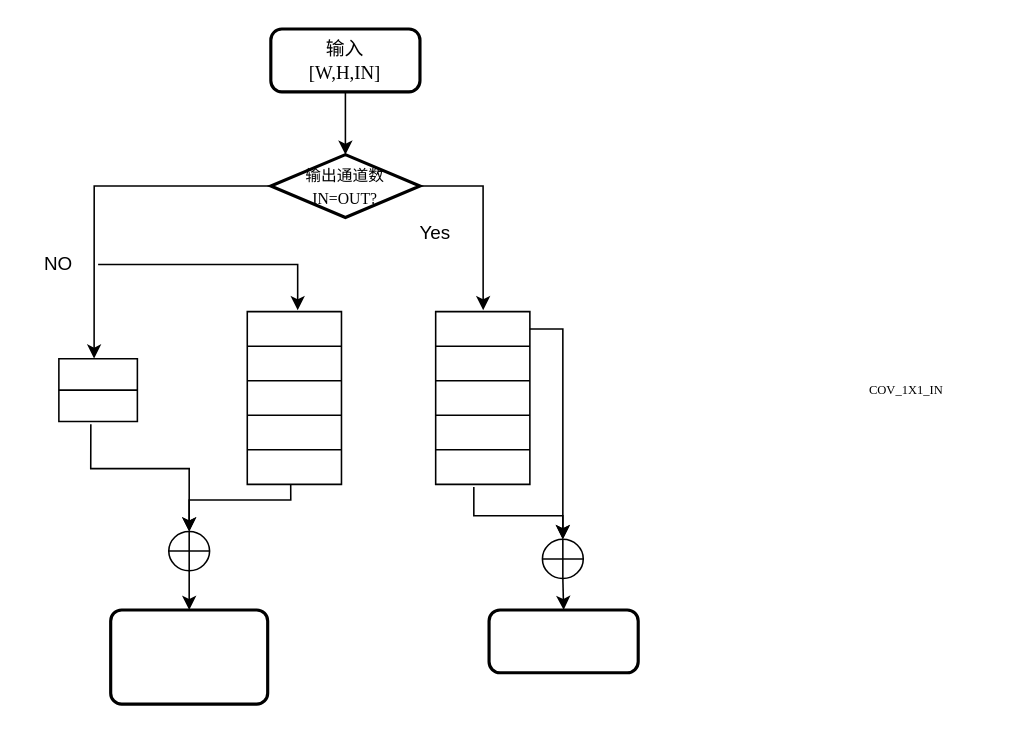
Before: 何.drawio in Noeverer/Mindmap, a draw.io diagram. Source tidied: cells renumbered, new cells numbered last; positions are measured from the earlier drawing's top-left corner, leaving out a move shared by most shapes. Both pictures are drawn from the tidied source at 157%, with x=0, y=0 at pixel (27, 28).
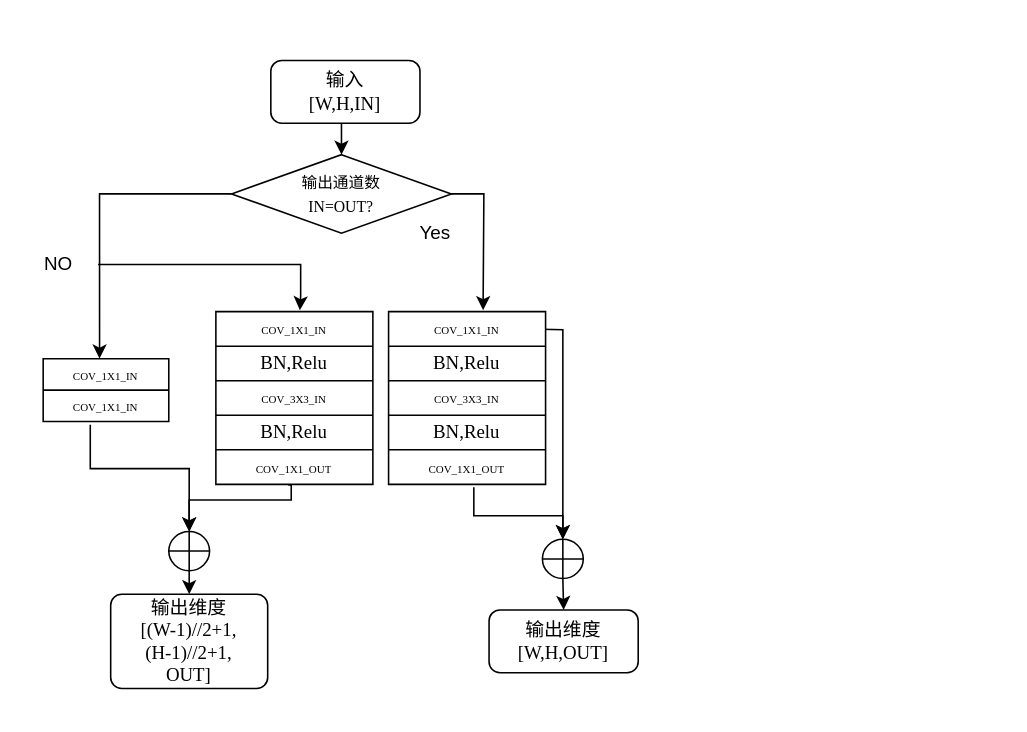
After the change.

The change refers to these unchanged cells:
```xml
<mxCell id="38" style="verticalLabelPosition=bottom;verticalAlign=top;html=1;shape=mxgraph.flowchart.summing_function;" parent="1" vertex="1">
  <mxGeometry x="328" y="325" width="26" height="25" as="geometry" />
</mxCell>
<mxCell id="42" style="verticalLabelPosition=bottom;verticalAlign=top;html=1;shape=mxgraph.flowchart.summing_function;" parent="1" vertex="1">
  <mxGeometry x="90" y="320" width="26" height="25" as="geometry" />
</mxCell>
```

Change to the diagram source:
```diff
@@
-    <mxCell id="3" value="&lt;font face=&quot;Times New Roman&quot;&gt;输入&lt;br&gt;[W,H,IN]&lt;/font&gt;" style="rounded=1;whiteSpace=wrap;html=1;absoluteArcSize=1;arcSize=14;strokeWidth=2;" parent="1" vertex="1">
-      <mxGeometry x="155" width="95" height="40" as="geometry" />
+    <mxCell id="3" value="&lt;font face=&quot;Times New Roman&quot;&gt;输入&lt;br&gt;[W,H,IN]&lt;/font&gt;" style="rounded=1;whiteSpace=wrap;html=1;absoluteArcSize=1;arcSize=14;strokeWidth=1;" parent="1" vertex="1">
+      <mxGeometry x="155" y="20" width="95" height="40" as="geometry" />
     </mxCell>
-    <mxCell id="4" style="edgeStyle=orthogonalEdgeStyle;rounded=0;jettySize=auto;html=1;exitX=1;exitY=0.5;exitDx=0;exitDy=0;exitPerimeter=0;entryX=0.504;entryY=-0.04;entryDx=0;entryDy=0;entryPerimeter=0;" parent="1" edge="1" source="6" target="19">
-      <mxGeometry relative="1" as="geometry" />
+    <mxCell id="4" style="edgeStyle=orthogonalEdgeStyle;rounded=0;jettySize=auto;html=1;exitX=1;exitY=0.5;exitDx=0;exitDy=0;exitPerimeter=0;entryX=0.504;entryY=-0.04;entryDx=0;entryDy=0;entryPerimeter=0;" parent="1" edge="1" source="6">
+      <mxGeometry relative="1" as="geometry">
+        <mxPoint x="290.2" y="179.1" as="targetPoint" />
+      </mxGeometry>
     </mxCell>
@@
-    <mxCell id="6" value="&lt;font style=&quot;font-size: 10px&quot; face=&quot;Times New Roman&quot;&gt;输出通道数&lt;br style=&quot;font-size: 10px&quot;&gt;IN=OUT?&lt;/font&gt;" style="strokeWidth=2;html=1;shape=mxgraph.flowchart.decision;whiteSpace=wrap;" parent="1" vertex="1">
-      <mxGeometry x="155" y="80" width="95" height="40" as="geometry" />
+    <mxCell id="6" value="&lt;font style=&quot;font-size: 10px&quot; face=&quot;Times New Roman&quot;&gt;输出通道数&lt;br style=&quot;font-size: 10px&quot;&gt;IN=OUT?&lt;/font&gt;" style="strokeWidth=1;html=1;shape=mxgraph.flowchart.decision;whiteSpace=wrap;" parent="1" vertex="1">
+      <mxGeometry x="130" y="80" width="140" height="50" as="geometry" />
     </mxCell>
     <mxCell id="7" style="shape=table;html=1;whiteSpace=wrap;startSize=0;childLayout=tableLayout;" parent="1" vertex="1">
-      <mxGeometry x="140" y="180" width="60" height="110" as="geometry" />
+      <mxGeometry x="120" y="180" width="100" height="110" as="geometry" />
     </mxCell>
     <mxCell id="8" style="shape=partialRectangle;html=1;whiteSpace=wrap;fillColor=none;top=0;left=0;bottom=0;right=0;points=[[0,0.5],[1,0.5]];portConstraint=eastwest;" parent="7" vertex="1">
-      <mxGeometry width="60" height="22" as="geometry" />
+      <mxGeometry width="100" height="22" as="geometry" />
     </mxCell>
-    <mxCell id="9" style="shape=partialRectangle;html=1;whiteSpace=wrap;overflow=hidden;fillColor=none;top=0;left=0;bottom=0;right=0;" parent="8" vertex="1">
-      <mxGeometry width="60" height="22" as="geometry" />
+    <mxCell id="9" value="&lt;span style=&quot;font-family: &amp;#34;times new roman&amp;#34; ; font-size: 7px&quot;&gt;COV_1X1_IN&lt;/span&gt;" style="shape=partialRectangle;html=1;whiteSpace=wrap;overflow=hidden;fillColor=none;top=0;left=0;bottom=0;right=0;" parent="8" vertex="1">
+      <mxGeometry width="100" height="22" as="geometry" />
     </mxCell>
     <mxCell id="10" style="shape=partialRectangle;html=1;whiteSpace=wrap;fillColor=none;top=0;left=0;bottom=0;right=0;" parent="7" vertex="1">
-      <mxGeometry y="22" width="60" height="22" as="geometry" />
+      <mxGeometry y="22" width="100" height="22" as="geometry" />
     </mxCell>
-    <mxCell id="11" style="shape=partialRectangle;html=1;whiteSpace=wrap;overflow=hidden;fillColor=none;top=0;left=0;bottom=0;right=0;" parent="10" vertex="1">
-      <mxGeometry width="60" height="22" as="geometry" />
+    <mxCell id="11" value="&lt;font face=&quot;Times New Roman&quot;&gt;BN,Relu&lt;/font&gt;" style="shape=partialRectangle;html=1;whiteSpace=wrap;overflow=hidden;fillColor=none;top=0;left=0;bottom=0;right=0;" parent="10" vertex="1">
+      <mxGeometry width="100" height="22" as="geometry" />
     </mxCell>
     <mxCell id="12" style="shape=partialRectangle;html=1;whiteSpace=wrap;fillColor=none;top=0;left=0;bottom=0;right=0;" parent="7" vertex="1">
-      <mxGeometry y="44" width="60" height="22" as="geometry" />
+      <mxGeometry y="44" width="100" height="22" as="geometry" />
     </mxCell>
-    <mxCell id="13" style="shape=partialRectangle;html=1;whiteSpace=wrap;overflow=hidden;fillColor=none;top=0;left=0;bottom=0;right=0;" parent="12" vertex="1">
-      <mxGeometry width="60" height="22" as="geometry" />
+    <mxCell id="13" value="&lt;span style=&quot;font-family: &amp;#34;times new roman&amp;#34; ; font-size: 7px&quot;&gt;COV_3X3_IN&lt;/span&gt;" style="shape=partialRectangle;html=1;whiteSpace=wrap;overflow=hidden;fillColor=none;top=0;left=0;bottom=0;right=0;" parent="12" vertex="1">
+      <mxGeometry width="100" height="22" as="geometry" />
     </mxCell>
     <mxCell id="14" style="shape=partialRectangle;html=1;whiteSpace=wrap;fillColor=none;top=0;left=0;bottom=0;right=0;" parent="7" vertex="1">
-      <mxGeometry y="66" width="60" height="22" as="geometry" />
+      <mxGeometry y="66" width="100" height="22" as="geometry" />
     </mxCell>
-    <mxCell id="15" style="shape=partialRectangle;html=1;whiteSpace=wrap;overflow=hidden;fillColor=none;top=0;left=0;bottom=0;right=0;" parent="14" vertex="1">
-      <mxGeometry width="60" height="22" as="geometry" />
+    <mxCell id="15" value="&lt;span&gt;&lt;font face=&quot;Times New Roman&quot;&gt;BN,Relu&lt;/font&gt;&lt;/span&gt;" style="shape=partialRectangle;html=1;whiteSpace=wrap;overflow=hidden;fillColor=none;top=0;left=0;bottom=0;right=0;" parent="14" vertex="1">
+      <mxGeometry width="100" height="22" as="geometry" />
     </mxCell>
     <mxCell id="16" style="shape=partialRectangle;html=1;whiteSpace=wrap;fillColor=none;top=0;left=0;bottom=0;right=0;points=[[0,0.5],[1,0.5]];portConstraint=eastwest;" parent="7" vertex="1">
-      <mxGeometry y="88" width="60" height="22" as="geometry" />
+      <mxGeometry y="88" width="100" height="22" as="geometry" />
     </mxCell>
-    <mxCell id="17" style="shape=partialRectangle;html=1;whiteSpace=wrap;overflow=hidden;fillColor=none;top=0;left=0;bottom=0;right=0;" parent="16" vertex="1">
-      <mxGeometry width="60" height="22" as="geometry" />
+    <mxCell id="17" value="&lt;span style=&quot;font-family: &amp;#34;times new roman&amp;#34; ; font-size: 7px&quot;&gt;COV_1X1_OUT&lt;/span&gt;" style="shape=partialRectangle;html=1;whiteSpace=wrap;overflow=hidden;fillColor=none;top=0;left=0;bottom=0;right=0;" parent="16" vertex="1">
+      <mxGeometry width="100" height="22" as="geometry" />
     </mxCell>
-    <mxCell id="18" style="shape=table;html=1;whiteSpace=wrap;startSize=0;childLayout=tableLayout;" parent="1" vertex="1">
-      <mxGeometry x="260" y="180" width="60" height="110" as="geometry" />
-    </mxCell>
-    <mxCell id="19" style="shape=partialRectangle;html=1;whiteSpace=wrap;fillColor=none;top=0;left=0;bottom=0;right=0;points=[[0,0.5],[1,0.5]];portConstraint=eastwest;" parent="18" vertex="1">
-      <mxGeometry width="60" height="22" as="geometry" />
-    </mxCell>
-    <mxCell id="20" style="shape=partialRectangle;html=1;whiteSpace=wrap;overflow=hidden;fillColor=none;top=0;left=0;bottom=0;right=0;" parent="19" vertex="1">
-      <mxGeometry width="60" height="22" as="geometry" />
-    </mxCell>
-    <mxCell id="21" style="shape=partialRectangle;html=1;whiteSpace=wrap;fillColor=none;top=0;left=0;bottom=0;right=0;" parent="18" vertex="1">
-      <mxGeometry y="22" width="60" height="22" as="geometry" />
-    </mxCell>
-    <mxCell id="22" style="shape=partialRectangle;html=1;whiteSpace=wrap;overflow=hidden;fillColor=none;top=0;left=0;bottom=0;right=0;" parent="21" vertex="1">
-      <mxGeometry width="60" height="22" as="geometry" />
-    </mxCell>
-    <mxCell id="23" style="shape=partialRectangle;html=1;whiteSpace=wrap;fillColor=none;top=0;left=0;bottom=0;right=0;" parent="18" vertex="1">
-      <mxGeometry y="44" width="60" height="22" as="geometry" />
-    </mxCell>
-    <mxCell id="24" style="shape=partialRectangle;html=1;whiteSpace=wrap;overflow=hidden;fillColor=none;top=0;left=0;bottom=0;right=0;" parent="23" vertex="1">
-      <mxGeometry width="60" height="22" as="geometry" />
-    </mxCell>
-    <mxCell id="25" style="shape=partialRectangle;html=1;whiteSpace=wrap;fillColor=none;top=0;left=0;bottom=0;right=0;" parent="18" vertex="1">
-      <mxGeometry y="66" width="60" height="22" as="geometry" />
-    </mxCell>
-    <mxCell id="26" style="shape=partialRectangle;html=1;whiteSpace=wrap;overflow=hidden;fillColor=none;top=0;left=0;bottom=0;right=0;" parent="25" vertex="1">
-      <mxGeometry width="60" height="22" as="geometry" />
-    </mxCell>
-    <mxCell id="27" style="shape=partialRectangle;html=1;whiteSpace=wrap;fillColor=none;top=0;left=0;bottom=0;right=0;points=[[0,0.5],[1,0.5]];portConstraint=eastwest;" parent="18" vertex="1">
-      <mxGeometry y="88" width="60" height="22" as="geometry" />
-    </mxCell>
-    <mxCell id="28" style="shape=partialRectangle;html=1;whiteSpace=wrap;overflow=hidden;fillColor=none;top=0;left=0;bottom=0;right=0;" parent="27" vertex="1">
-      <mxGeometry width="60" height="22" as="geometry" />
-    </mxCell>
     <mxCell id="29" style="shape=table;html=1;whiteSpace=wrap;startSize=0;childLayout=tableLayout;" parent="1" vertex="1">
-      <mxGeometry x="20" y="210" width="50" height="40" as="geometry" />
+      <mxGeometry x="10" y="210" width="80" height="40" as="geometry" />
     </mxCell>
     <mxCell id="30" style="shape=partialRectangle;html=1;whiteSpace=wrap;fillColor=none;top=0;left=0;bottom=0;right=0;points=[[0,0.5],[1,0.5]];portConstraint=eastwest;" parent="29" vertex="1">
-      <mxGeometry width="50" height="20" as="geometry" />
+      <mxGeometry width="80" height="20" as="geometry" />
     </mxCell>
-    <mxCell id="31" style="shape=partialRectangle;html=1;whiteSpace=wrap;overflow=hidden;fillColor=none;top=0;left=0;bottom=0;right=0;" parent="30" vertex="1">
-      <mxGeometry width="50" height="20" as="geometry" />
+    <mxCell id="31" value="&lt;span style=&quot;font-family: &amp;#34;times new roman&amp;#34; ; font-size: 7px&quot;&gt;COV_1X1_IN&lt;/span&gt;" style="shape=partialRectangle;html=1;whiteSpace=wrap;overflow=hidden;fillColor=none;top=0;left=0;bottom=0;right=0;" parent="30" vertex="1">
+      <mxGeometry width="80" height="20" as="geometry" />
     </mxCell>
     <mxCell id="32" style="shape=partialRectangle;html=1;whiteSpace=wrap;fillColor=none;top=0;left=0;bottom=0;right=0;points=[[0,0.5],[1,0.5]];portConstraint=eastwest;" parent="29" vertex="1">
-      <mxGeometry y="20" width="50" height="20" as="geometry" />
+      <mxGeometry y="20" width="80" height="20" as="geometry" />
     </mxCell>
-    <mxCell id="33" style="shape=partialRectangle;html=1;whiteSpace=wrap;overflow=hidden;fillColor=none;top=0;left=0;bottom=0;right=0;" parent="32" vertex="1">
-      <mxGeometry width="50" height="20" as="geometry" />
+    <mxCell id="33" value="&lt;span style=&quot;font-family: &amp;#34;times new roman&amp;#34; ; font-size: 7px&quot;&gt;COV_1X1_IN&lt;/span&gt;" style="shape=partialRectangle;html=1;whiteSpace=wrap;overflow=hidden;fillColor=none;top=0;left=0;bottom=0;right=0;" parent="32" vertex="1">
+      <mxGeometry width="80" height="20" as="geometry" />
     </mxCell>
-    <mxCell id="34" style="rounded=1;whiteSpace=wrap;html=1;absoluteArcSize=1;arcSize=14;strokeWidth=2;" parent="1" vertex="1">
-      <mxGeometry x="53" y="370" width="100" height="60" as="geometry" />
+    <mxCell id="34" value="&lt;font face=&quot;Times New Roman&quot;&gt;输出维度&lt;br&gt;[(W-1)//2+1,&lt;br&gt;(H-1)//2+1,&lt;br&gt;OUT]&lt;/font&gt;" style="rounded=1;whiteSpace=wrap;html=1;absoluteArcSize=1;arcSize=14;strokeWidth=1;" parent="1" vertex="1">
+      <mxGeometry x="53" y="360" width="100" height="60" as="geometry" />
     </mxCell>
-    <mxCell id="35" style="rounded=1;whiteSpace=wrap;html=1;absoluteArcSize=1;arcSize=14;strokeWidth=2;" parent="1" vertex="1">
+    <mxCell id="35" value="&lt;font face=&quot;Times New Roman&quot;&gt;输出维度&lt;br&gt;[W,H,OUT]&lt;/font&gt;" style="rounded=1;whiteSpace=wrap;html=1;absoluteArcSize=1;arcSize=14;strokeWidth=1;" parent="1" vertex="1">
       <mxGeometry x="294" y="370" width="95" height="40" as="geometry" />
     </mxCell>
     <mxCell id="36" style="edgeStyle=orthogonalEdgeStyle;rounded=0;jettySize=auto;html=1;entryX=0.535;entryY=-0.04;entryDx=0;entryDy=0;entryPerimeter=0;" parent="1" edge="1" target="8">
       <mxGeometry relative="1" as="geometry">
         <mxPoint x="45" y="150" as="sourcePoint" />
         <Array as="points">
-          <mxPoint x="45" y="150" />
-          <mxPoint x="172" y="150" />
+          <mxPoint x="174" y="150" />
+          <mxPoint x="174" y="170" />
         </Array>
       </mxGeometry>
     </mxCell>
@@
-    <mxCell id="39" style="edgeStyle=orthogonalEdgeStyle;rounded=0;jettySize=auto;html=1;exitX=1;exitY=0.5;exitDx=0;exitDy=0;entryX=0.5;entryY=0;entryDx=0;entryDy=0;entryPerimeter=0;" parent="1" edge="1" source="19" target="38">
-      <mxGeometry relative="1" as="geometry" />
+    <mxCell id="39" style="edgeStyle=orthogonalEdgeStyle;rounded=0;jettySize=auto;html=1;exitX=1;exitY=0.5;exitDx=0;exitDy=0;entryX=0.5;entryY=0;entryDx=0;entryDy=0;entryPerimeter=0;" parent="1" edge="1" target="38">
+      <mxGeometry relative="1" as="geometry">
+        <mxPoint x="320" y="191" as="sourcePoint" />
+      </mxGeometry>
     </mxCell>
-    <mxCell id="40" style="edgeStyle=orthogonalEdgeStyle;rounded=0;jettySize=auto;html=1;exitX=0.405;exitY=1.08;exitDx=0;exitDy=0;entryX=0.5;entryY=0;entryDx=0;entryDy=0;entryPerimeter=0;exitPerimeter=0;" parent="1" edge="1" source="27" target="38">
+    <mxCell id="40" style="edgeStyle=orthogonalEdgeStyle;rounded=0;jettySize=auto;html=1;exitX=0.405;exitY=1.08;exitDx=0;exitDy=0;entryX=0.5;entryY=0;entryDx=0;entryDy=0;entryPerimeter=0;exitPerimeter=0;" parent="1" edge="1" target="38">
       <mxGeometry relative="1" as="geometry">
+        <mxPoint x="284.3" y="291.8" as="sourcePoint" />
         <Array as="points">
           <mxPoint x="284" y="310" />
           <mxPoint x="341" y="310" />
         </Array>
       </mxGeometry>
     </mxCell>
-    <mxCell id="41" style="edgeStyle=orthogonalEdgeStyle;rounded=0;jettySize=auto;html=1;exitX=0.5;exitY=1;exitDx=0;exitDy=0;exitPerimeter=0;" parent="1" edge="1" source="42" target="34">
-      <mxGeometry relative="1" as="geometry" />
+    <mxCell id="41" style="edgeStyle=orthogonalEdgeStyle;rounded=0;jettySize=auto;html=1;exitX=0.5;exitY=1;exitDx=0;exitDy=0;exitPerimeter=0;" parent="1" edge="1" source="42">
+      <mxGeometry relative="1" as="geometry">
+        <mxPoint x="103" y="360" as="targetPoint" />
+      </mxGeometry>
     </mxCell>
@@
-    <mxCell id="43" style="edgeStyle=orthogonalEdgeStyle;rounded=0;jettySize=auto;html=1;exitX=0.407;exitY=1.083;exitDx=0;exitDy=0;entryX=0.5;entryY=0;entryDx=0;entryDy=0;entryPerimeter=0;exitPerimeter=0;" parent="1" edge="1" source="32" target="42">
+    <mxCell id="43" style="edgeStyle=orthogonalEdgeStyle;rounded=0;jettySize=auto;html=1;entryX=0.5;entryY=0;entryDx=0;entryDy=0;entryPerimeter=0;" parent="1" edge="1" target="42">
       <mxGeometry relative="1" as="geometry">
+        <mxPoint x="40" y="252" as="sourcePoint" />
         <Array as="points">
           <mxPoint x="40" y="280" />
           <mxPoint x="103" y="280" />
         </Array>
       </mxGeometry>
     </mxCell>
@@
+    <mxCell id="48" style="shape=table;html=1;whiteSpace=wrap;startSize=0;childLayout=tableLayout;" parent="1" vertex="1">
+      <mxGeometry x="230" y="180" width="100" height="110" as="geometry" />
+    </mxCell>
+    <mxCell id="49" style="shape=partialRectangle;html=1;whiteSpace=wrap;fillColor=none;top=0;left=0;bottom=0;right=0;" parent="48" vertex="1">
+      <mxGeometry width="100" height="22" as="geometry" />
+    </mxCell>
-    <mxCell id="47" value="&lt;font style=&quot;font-size: 8px&quot;&gt;COV_1X1_IN&lt;/font&gt;" style="text;html=1;strokeColor=none;fillColor=none;align=center;verticalAlign=middle;whiteSpace=wrap;rounded=0;fontFamily=Times New Roman;fontSize=7;fontStyle=0;" parent="1" vertex="1">
-      <mxGeometry x="500" y="200" width="120" height="60" as="geometry" />
+    <mxCell id="47" value="&lt;span style=&quot;font-family: &amp;#34;times new roman&amp;#34; ; font-size: 7px&quot;&gt;COV_1X1_IN&lt;/span&gt;" style="shape=partialRectangle;html=1;whiteSpace=wrap;overflow=hidden;fillColor=none;top=0;left=0;bottom=0;right=0;" parent="49" vertex="1">
+      <mxGeometry width="100" height="22" as="geometry" />
     </mxCell>
+    <mxCell id="50" style="shape=partialRectangle;html=1;whiteSpace=wrap;fillColor=none;top=0;left=0;bottom=0;right=0;" parent="48" vertex="1">
+      <mxGeometry y="22" width="100" height="22" as="geometry" />
+    </mxCell>
+    <mxCell id="51" value="&lt;font face=&quot;Times New Roman&quot;&gt;BN,Relu&lt;/font&gt;" style="shape=partialRectangle;html=1;whiteSpace=wrap;overflow=hidden;fillColor=none;top=0;left=0;bottom=0;right=0;" parent="50" vertex="1">
+      <mxGeometry width="100" height="22" as="geometry" />
+    </mxCell>
+    <mxCell id="52" style="shape=partialRectangle;html=1;whiteSpace=wrap;fillColor=none;top=0;left=0;bottom=0;right=0;" parent="48" vertex="1">
+      <mxGeometry y="44" width="100" height="22" as="geometry" />
+    </mxCell>
+    <mxCell id="53" value="&lt;span style=&quot;font-family: &amp;#34;times new roman&amp;#34; ; font-size: 7px&quot;&gt;COV_3X3_IN&lt;/span&gt;" style="shape=partialRectangle;html=1;whiteSpace=wrap;overflow=hidden;fillColor=none;top=0;left=0;bottom=0;right=0;" parent="52" vertex="1">
+      <mxGeometry width="100" height="22" as="geometry" />
+    </mxCell>
+    <mxCell id="54" style="shape=partialRectangle;html=1;whiteSpace=wrap;fillColor=none;top=0;left=0;bottom=0;right=0;" parent="48" vertex="1">
+      <mxGeometry y="66" width="100" height="22" as="geometry" />
+    </mxCell>
+    <mxCell id="55" value="&lt;span&gt;&lt;font face=&quot;Times New Roman&quot;&gt;BN,Relu&lt;/font&gt;&lt;/span&gt;" style="shape=partialRectangle;html=1;whiteSpace=wrap;overflow=hidden;fillColor=none;top=0;left=0;bottom=0;right=0;" parent="54" vertex="1">
+      <mxGeometry width="100" height="22" as="geometry" />
+    </mxCell>
+    <mxCell id="56" style="shape=partialRectangle;html=1;whiteSpace=wrap;fillColor=none;top=0;left=0;bottom=0;right=0;" parent="48" vertex="1">
+      <mxGeometry y="88" width="100" height="22" as="geometry" />
+    </mxCell>
+    <mxCell id="57" value="&lt;span style=&quot;font-family: &amp;#34;times new roman&amp;#34; ; font-size: 7px&quot;&gt;COV_1X1_OUT&lt;/span&gt;" style="shape=partialRectangle;html=1;whiteSpace=wrap;overflow=hidden;fillColor=none;top=0;left=0;bottom=0;right=0;" parent="56" vertex="1">
+      <mxGeometry width="100" height="22" as="geometry" />
+    </mxCell>
```
